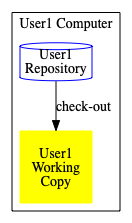
Earlier version of the Graphviz export assets/img/check-out.png (greg-hutchinson/git-training). Its source is kept beside it as assets/img/graphviz/check-out.dot. The source it was exported from:
```dot
digraph foo {
    rankdir="TB"
    node [style=rounded, width=1, margin="0,0"];
    User1WC [shape= square, label="User1\nWorking\nCopy", style=filled; color=yellow];
    User1Rep [shape= cylinder, label="User1\nRepository", color=blue];
    User1Rep -> User1WC [label="check-out"]


    subgraph cluster_User1 {
        label="User1 Computer"
        {  User1Rep User1WC
        }
    }
}
```
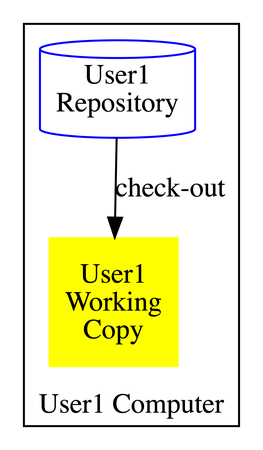
Above is the later version.

The edit, as a diff of the source:
```diff
@@ -1,14 +1,12 @@
-digraph foo {
-    rankdir="TB"
-    node [style=rounded, width=1, margin="0,0"];
+digraph checkOut {
+    size="30!"
     User1WC [shape= square, label="User1\nWorking\nCopy", style=filled; color=yellow];
     User1Rep [shape= cylinder, label="User1\nRepository", color=blue];
     User1Rep -> User1WC [label="check-out"]
 
-
     subgraph cluster_User1 {
+        labelloc="b"
         label="User1 Computer"
-        {  User1Rep User1WC
-        }
+        User1Rep User1WC
     }
 }
```
